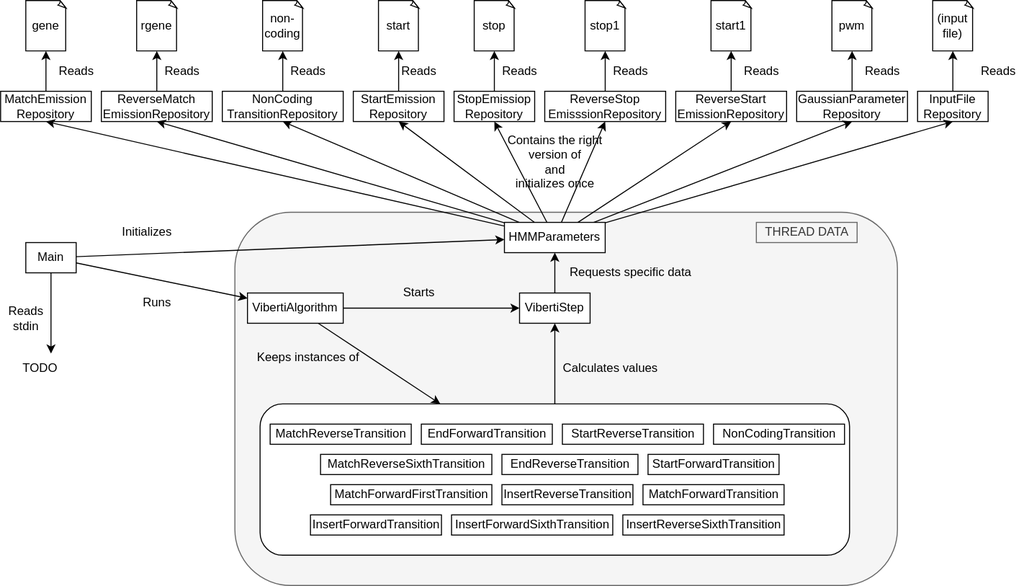
Robbe7730/JavaFragGeneScan keeps this draw.io diagram as meta/Class Diagram.svg. Above is the earlier version. Source tidied: cells renumbered, new cells last; positions are measured from the earlier drawing's top-left corner, leaving out a move shared by most shapes.
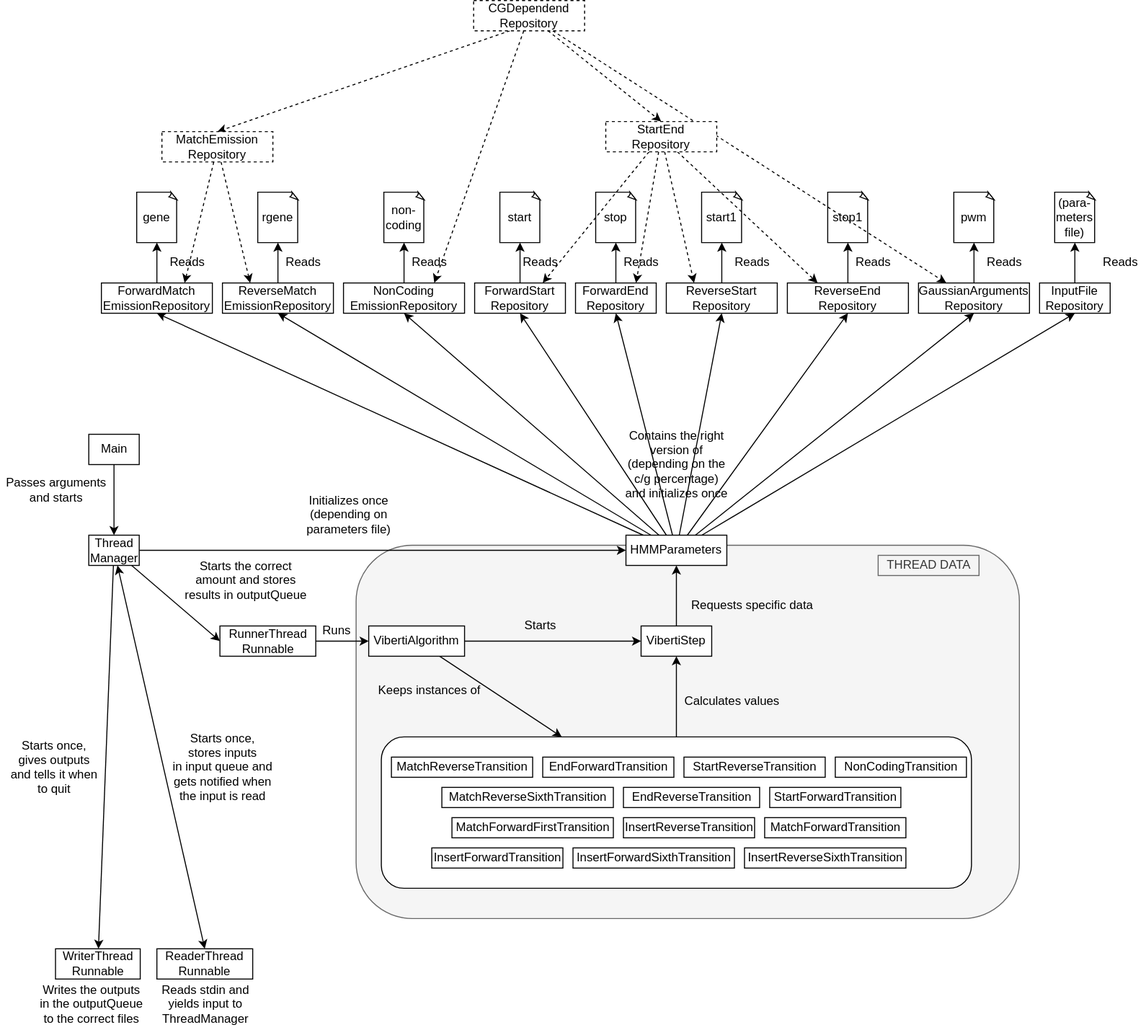
After the commit.

Commit message:
Update Class Diagram

Change to the diagram source:
```diff
@@ -5,6 +5,6 @@
     <mxCell id="2" style="rounded=1;whiteSpace=wrap;html=1;fillColor=#f5f5f5;strokeColor=#666666;fontColor=#333333;" parent="1" vertex="1">
-      <mxGeometry x="232.5" y="210" width="657.5" height="370" as="geometry" />
+      <mxGeometry x="362.5" y="540" width="657.5" height="370" as="geometry" />
     </mxCell>
     <mxCell id="3" value="gene" style="whiteSpace=wrap;html=1;shape=mxgraph.basic.document;" parent="1" vertex="1">
-      <mxGeometry x="25" width="40" height="50" as="geometry" />
+      <mxGeometry x="145" y="190" width="40" height="50" as="geometry" />
     </mxCell>
@@ -13,10 +13,10 @@
     </mxCell>
-    <mxCell id="5" value="MatchEmission&lt;br&gt;Repository" style="rounded=0;whiteSpace=wrap;html=1;" parent="1" vertex="1">
-      <mxGeometry y="90" width="90" height="30" as="geometry" />
+    <mxCell id="5" value="ForwardMatch&lt;br&gt;EmissionRepository" style="rounded=0;whiteSpace=wrap;html=1;" parent="1" vertex="1">
+      <mxGeometry x="110" y="280" width="110" height="30" as="geometry" />
     </mxCell>
     <mxCell id="6" value="Reads" style="text;html=1;align=center;verticalAlign=middle;" parent="1" vertex="1">
-      <mxGeometry x="50" y="60" width="50" height="20" as="geometry" />
+      <mxGeometry x="170" y="250" width="50" height="20" as="geometry" />
     </mxCell>
     <mxCell id="7" value="rgene" style="whiteSpace=wrap;html=1;shape=mxgraph.basic.document;" parent="1" vertex="1">
-      <mxGeometry x="135" width="40" height="50" as="geometry" />
+      <mxGeometry x="265" y="190" width="40" height="50" as="geometry" />
     </mxCell>
@@ -26,9 +26,9 @@
     <mxCell id="9" value="ReverseMatch&lt;br&gt;EmissionRepository" style="rounded=0;whiteSpace=wrap;html=1;" parent="1" vertex="1">
-      <mxGeometry x="100" y="90" width="110" height="30" as="geometry" />
+      <mxGeometry x="230" y="280" width="110" height="30" as="geometry" />
     </mxCell>
     <mxCell id="10" value="Reads" style="text;html=1;align=center;verticalAlign=middle;" parent="1" vertex="1">
-      <mxGeometry x="155" y="60" width="50" height="20" as="geometry" />
+      <mxGeometry x="285" y="250" width="50" height="20" as="geometry" />
     </mxCell>
     <mxCell id="11" value="non-&lt;br&gt;coding" style="whiteSpace=wrap;html=1;shape=mxgraph.basic.document;" parent="1" vertex="1">
-      <mxGeometry x="260" width="40" height="50" as="geometry" />
+      <mxGeometry x="390" y="190" width="40" height="50" as="geometry" />
     </mxCell>
@@ -37,10 +37,10 @@
     </mxCell>
-    <mxCell id="13" value="NonCoding&lt;br&gt;TransitionRepository" style="rounded=0;whiteSpace=wrap;html=1;" parent="1" vertex="1">
-      <mxGeometry x="220" y="90" width="120" height="30" as="geometry" />
+    <mxCell id="13" value="NonCoding&lt;br&gt;EmissionRepository" style="rounded=0;whiteSpace=wrap;html=1;" parent="1" vertex="1">
+      <mxGeometry x="350" y="280" width="120" height="30" as="geometry" />
     </mxCell>
     <mxCell id="14" value="Reads" style="text;html=1;align=center;verticalAlign=middle;" parent="1" vertex="1">
-      <mxGeometry x="280" y="60" width="50" height="20" as="geometry" />
+      <mxGeometry x="410" y="250" width="50" height="20" as="geometry" />
     </mxCell>
     <mxCell id="15" value="start" style="whiteSpace=wrap;html=1;shape=mxgraph.basic.document;" parent="1" vertex="1">
-      <mxGeometry x="375" width="40" height="50" as="geometry" />
+      <mxGeometry x="505" y="190" width="40" height="50" as="geometry" />
     </mxCell>
@@ -49,10 +49,10 @@
     </mxCell>
-    <mxCell id="17" value="StartEmission&lt;br&gt;Repository" style="rounded=0;whiteSpace=wrap;html=1;" parent="1" vertex="1">
-      <mxGeometry x="350" y="90" width="90" height="30" as="geometry" />
+    <mxCell id="17" value="ForwardStart&lt;br&gt;Repository" style="rounded=0;whiteSpace=wrap;html=1;" parent="1" vertex="1">
+      <mxGeometry x="480" y="280" width="90" height="30" as="geometry" />
     </mxCell>
     <mxCell id="18" value="Reads" style="text;html=1;align=center;verticalAlign=middle;" parent="1" vertex="1">
-      <mxGeometry x="390" y="60" width="50" height="20" as="geometry" />
+      <mxGeometry x="520" y="250" width="50" height="20" as="geometry" />
     </mxCell>
     <mxCell id="19" value="stop" style="whiteSpace=wrap;html=1;shape=mxgraph.basic.document;" parent="1" vertex="1">
-      <mxGeometry x="470" width="40" height="50" as="geometry" />
+      <mxGeometry x="600" y="190" width="40" height="50" as="geometry" />
     </mxCell>
@@ -61,10 +61,10 @@
     </mxCell>
-    <mxCell id="21" value="StopEmissiop&lt;br&gt;Repository" style="rounded=0;whiteSpace=wrap;html=1;" parent="1" vertex="1">
-      <mxGeometry x="450" y="90" width="80" height="30" as="geometry" />
+    <mxCell id="21" value="ForwardEnd&lt;br&gt;Repository" style="rounded=0;whiteSpace=wrap;html=1;" parent="1" vertex="1">
+      <mxGeometry x="580" y="280" width="80" height="30" as="geometry" />
     </mxCell>
     <mxCell id="22" value="Reads" style="text;html=1;align=center;verticalAlign=middle;" parent="1" vertex="1">
-      <mxGeometry x="490" y="60" width="50" height="20" as="geometry" />
+      <mxGeometry x="620" y="250" width="50" height="20" as="geometry" />
     </mxCell>
     <mxCell id="23" value="stop1" style="whiteSpace=wrap;html=1;shape=mxgraph.basic.document;" parent="1" vertex="1">
-      <mxGeometry x="580" width="40" height="50" as="geometry" />
+      <mxGeometry x="830" y="190" width="40" height="50" as="geometry" />
     </mxCell>
@@ -73,10 +73,10 @@
     </mxCell>
-    <mxCell id="25" value="ReverseStop&lt;br&gt;EmisssionRepository" style="rounded=0;whiteSpace=wrap;html=1;" parent="1" vertex="1">
-      <mxGeometry x="540" y="90" width="120" height="30" as="geometry" />
+    <mxCell id="25" value="ReverseEnd&lt;br&gt;Repository" style="rounded=0;whiteSpace=wrap;html=1;" parent="1" vertex="1">
+      <mxGeometry x="790" y="280" width="120" height="30" as="geometry" />
     </mxCell>
     <mxCell id="26" value="Reads" style="text;html=1;align=center;verticalAlign=middle;" parent="1" vertex="1">
-      <mxGeometry x="600" y="60" width="50" height="20" as="geometry" />
+      <mxGeometry x="850" y="250" width="50" height="20" as="geometry" />
     </mxCell>
     <mxCell id="27" value="start1" style="whiteSpace=wrap;html=1;shape=mxgraph.basic.document;" parent="1" vertex="1">
-      <mxGeometry x="705" width="40" height="50" as="geometry" />
+      <mxGeometry x="705" y="190" width="40" height="50" as="geometry" />
     </mxCell>
@@ -85,10 +85,10 @@
     </mxCell>
-    <mxCell id="29" value="ReverseStart&lt;br&gt;EmissionRepository" style="rounded=0;whiteSpace=wrap;html=1;" parent="1" vertex="1">
-      <mxGeometry x="670" y="90" width="110" height="30" as="geometry" />
+    <mxCell id="29" value="ReverseStart&lt;br&gt;Repository" style="rounded=0;whiteSpace=wrap;html=1;" parent="1" vertex="1">
+      <mxGeometry x="670" y="280" width="110" height="30" as="geometry" />
     </mxCell>
     <mxCell id="30" value="Reads" style="text;html=1;align=center;verticalAlign=middle;" parent="1" vertex="1">
-      <mxGeometry x="730" y="60" width="50" height="20" as="geometry" />
+      <mxGeometry x="730" y="250" width="50" height="20" as="geometry" />
     </mxCell>
     <mxCell id="31" value="pwm" style="whiteSpace=wrap;html=1;shape=mxgraph.basic.document;" parent="1" vertex="1">
-      <mxGeometry x="825" width="40" height="50" as="geometry" />
+      <mxGeometry x="955" y="190" width="40" height="50" as="geometry" />
     </mxCell>
@@ -97,10 +97,10 @@
     </mxCell>
-    <mxCell id="33" value="GaussianParameter&lt;br&gt;Repository" style="rounded=0;whiteSpace=wrap;html=1;" parent="1" vertex="1">
-      <mxGeometry x="790" y="90" width="110" height="30" as="geometry" />
+    <mxCell id="33" value="GaussianArguments&lt;br&gt;Repository" style="rounded=0;whiteSpace=wrap;html=1;" parent="1" vertex="1">
+      <mxGeometry x="920" y="280" width="110" height="30" as="geometry" />
     </mxCell>
     <mxCell id="34" value="Reads" style="text;html=1;align=center;verticalAlign=middle;" parent="1" vertex="1">
-      <mxGeometry x="850" y="60" width="50" height="20" as="geometry" />
+      <mxGeometry x="980" y="250" width="50" height="20" as="geometry" />
     </mxCell>
-    <mxCell id="35" value="(input file)" style="whiteSpace=wrap;html=1;shape=mxgraph.basic.document;" parent="1" vertex="1">
-      <mxGeometry x="925" width="40" height="50" as="geometry" />
+    <mxCell id="35" value="(para-meters file)" style="whiteSpace=wrap;html=1;shape=mxgraph.basic.document;" parent="1" vertex="1">
+      <mxGeometry x="1055" y="190" width="40" height="50" as="geometry" />
     </mxCell>
@@ -110,6 +110,6 @@
     <mxCell id="37" value="InputFile&lt;br&gt;Repository" style="rounded=0;whiteSpace=wrap;html=1;" parent="1" vertex="1">
-      <mxGeometry x="910" y="90" width="70" height="30" as="geometry" />
+      <mxGeometry x="1040" y="280" width="70" height="30" as="geometry" />
     </mxCell>
     <mxCell id="38" value="Reads" style="text;html=1;align=center;verticalAlign=middle;" parent="1" vertex="1">
-      <mxGeometry x="965" y="60" width="50" height="20" as="geometry" />
+      <mxGeometry x="1095" y="250" width="50" height="20" as="geometry" />
     </mxCell>
@@ -143,3 +143,3 @@
     <mxCell id="48" value="HMMParameters" style="rounded=0;whiteSpace=wrap;html=1;" parent="1" vertex="1">
-      <mxGeometry x="500" y="220" width="100" height="30" as="geometry" />
+      <mxGeometry x="630" y="530" width="100" height="30" as="geometry" />
     </mxCell>
@@ -152,12 +152,12 @@
     <mxCell id="51" value="VibertiStep" style="rounded=0;whiteSpace=wrap;html=1;" parent="1" vertex="1">
-      <mxGeometry x="515" y="290" width="70" height="30" as="geometry" />
+      <mxGeometry x="645" y="620" width="70" height="30" as="geometry" />
     </mxCell>
     <mxCell id="52" value="Requests specific data" style="text;html=1;align=center;verticalAlign=middle;" parent="1" vertex="1">
-      <mxGeometry x="555" y="260" width="140" height="20" as="geometry" />
+      <mxGeometry x="685" y="590" width="140" height="20" as="geometry" />
     </mxCell>
-    <mxCell id="53" value="Contains the right&lt;br&gt;version of&lt;br&gt;and&lt;br&gt;initializes once" style="text;html=1;align=center;verticalAlign=middle;" parent="1" vertex="1">
-      <mxGeometry x="495" y="130" width="110" height="60" as="geometry" />
+    <mxCell id="53" value="Contains the right&lt;br&gt;version of &lt;br&gt;(depending on the&lt;br&gt;c/g percentage)&lt;br&gt;and initializes once" style="text;html=1;align=center;verticalAlign=middle;" parent="1" vertex="1">
+      <mxGeometry x="620" y="420" width="120" height="80" as="geometry" />
     </mxCell>
     <mxCell id="54" value="Calculates values" style="text;html=1;align=center;verticalAlign=middle;" parent="1" vertex="1">
-      <mxGeometry x="550" y="355" width="110" height="20" as="geometry" />
+      <mxGeometry x="680" y="685" width="110" height="20" as="geometry" />
     </mxCell>
@@ -170,12 +170,12 @@
     <mxCell id="57" value="VibertiAlgorithm" style="rounded=0;whiteSpace=wrap;html=1;" parent="1" vertex="1">
-      <mxGeometry x="245" y="290" width="95" height="30" as="geometry" />
+      <mxGeometry x="375" y="620" width="95" height="30" as="geometry" />
     </mxCell>
     <mxCell id="58" value="Starts" style="text;html=1;align=center;verticalAlign=middle;" parent="1" vertex="1">
-      <mxGeometry x="390" y="280" width="50" height="20" as="geometry" />
+      <mxGeometry x="520" y="610" width="50" height="20" as="geometry" />
     </mxCell>
     <mxCell id="59" value="Keeps instances of" style="text;html=1;align=center;verticalAlign=middle;" parent="1" vertex="1">
-      <mxGeometry x="245" y="344" width="120" height="20" as="geometry" />
+      <mxGeometry x="375" y="674" width="120" height="20" as="geometry" />
     </mxCell>
     <mxCell id="60" style="group;" parent="1" vertex="1">
-      <mxGeometry x="257.5" y="400" width="585" height="150" as="geometry" />
+      <mxGeometry x="387.5" y="730" width="585" height="150" as="geometry" />
     </mxCell>
@@ -223,5 +223,2 @@
     </mxCell>
-    <mxCell id="75" style="edgeStyle=none;rounded=0;jettySize=auto;html=1;startArrow=none;startFill=0;endArrow=classic;endFill=1;" parent="1" edge="1" source="78" target="57">
-      <mxGeometry relative="1" as="geometry" />
-    </mxCell>
     <mxCell id="76" style="edgeStyle=none;rounded=0;jettySize=auto;html=1;startArrow=none;startFill=0;endArrow=classic;endFill=1;" parent="1" edge="1" source="78" target="48">
@@ -229,25 +226,98 @@
     </mxCell>
-    <mxCell id="77" style="edgeStyle=none;rounded=0;jettySize=auto;html=1;startArrow=none;startFill=0;endArrow=classic;endFill=1;" parent="1" edge="1" source="78">
-      <mxGeometry relative="1" as="geometry">
-        <mxPoint x="50" y="350" as="targetPoint" />
-      </mxGeometry>
-    </mxCell>
+    <mxCell id="84" style="edgeStyle=none;rounded=0;jettySize=auto;html=1;entryX=0;entryY=0.5;entryDx=0;entryDy=0;" parent="1" edge="1" source="78" target="101">
+      <mxGeometry relative="1" as="geometry" />
+    </mxCell>
+    <mxCell id="85" style="edgeStyle=none;rounded=0;jettySize=auto;html=1;entryX=0.5;entryY=0;entryDx=0;entryDy=0;startArrow=classic;startFill=1;" parent="1" edge="1" source="78" target="103">
+      <mxGeometry relative="1" as="geometry" />
+    </mxCell>
+    <mxCell id="86" style="edgeStyle=none;rounded=0;jettySize=auto;html=1;" parent="1" edge="1" source="78" target="108">
+      <mxGeometry relative="1" as="geometry" />
+    </mxCell>
-    <mxCell id="78" value="Main" style="rounded=0;whiteSpace=wrap;html=1;" parent="1" vertex="1">
-      <mxGeometry x="25" y="240" width="50" height="30" as="geometry" />
+    <mxCell id="78" value="Thread&lt;br&gt;Manager" style="rounded=0;whiteSpace=wrap;html=1;" parent="1" vertex="1">
+      <mxGeometry x="97.5" y="530" width="50" height="30" as="geometry" />
     </mxCell>
-    <mxCell id="79" value="Runs" style="text;html=1;align=center;verticalAlign=middle;" parent="1" vertex="1">
-      <mxGeometry x="135" y="290" width="40" height="20" as="geometry" />
-    </mxCell>
-    <mxCell id="80" value="Initializes" style="text;html=1;align=center;verticalAlign=middle;" parent="1" vertex="1">
-      <mxGeometry x="115" y="220" width="60" height="20" as="geometry" />
+    <mxCell id="80" value="Initializes once&lt;br&gt;(depending on&lt;br&gt;parameters file)" style="text;html=1;align=center;verticalAlign=middle;" parent="1" vertex="1">
+      <mxGeometry x="305" y="485" width="100" height="50" as="geometry" />
     </mxCell>
     <mxCell id="81" value="THREAD DATA" style="text;html=1;align=center;verticalAlign=middle;fillColor=#f5f5f5;strokeColor=#666666;fontColor=#333333;" parent="1" vertex="1">
-      <mxGeometry x="750" y="220" width="100" height="20" as="geometry" />
+      <mxGeometry x="880" y="550" width="100" height="20" as="geometry" />
     </mxCell>
-    <mxCell id="82" value="Reads&lt;br&gt;stdin" style="text;html=1;align=center;verticalAlign=middle;" parent="1" vertex="1">
-      <mxGeometry y="300" width="50" height="30" as="geometry" />
-    </mxCell>
-    <mxCell id="83" value="TODO" style="text;html=1;align=center;verticalAlign=middle;" parent="1" vertex="1">
-      <mxGeometry x="14" y="355" width="50" height="20" as="geometry" />
-    </mxCell>
+    <mxCell id="87" style="edgeStyle=none;rounded=0;jettySize=auto;html=1;entryX=0.25;entryY=0;entryDx=0;entryDy=0;dashed=1;" parent="1" edge="1" source="91" target="33">
+      <mxGeometry relative="1" as="geometry" />
+    </mxCell>
+    <mxCell id="88" style="edgeStyle=none;rounded=0;jettySize=auto;html=1;entryX=0.5;entryY=0;entryDx=0;entryDy=0;dashed=1;exitX=0.327;exitY=1;exitDx=0;exitDy=0;exitPerimeter=0;" parent="1" edge="1" source="91" target="94">
+      <mxGeometry relative="1" as="geometry" />
+    </mxCell>
+    <mxCell id="89" style="edgeStyle=none;rounded=0;jettySize=auto;html=1;entryX=0.75;entryY=0;entryDx=0;entryDy=0;dashed=1;" parent="1" edge="1" source="91" target="13">
+      <mxGeometry relative="1" as="geometry" />
+    </mxCell>
+    <mxCell id="90" style="edgeStyle=none;rounded=0;jettySize=auto;html=1;entryX=0.5;entryY=0;entryDx=0;entryDy=0;dashed=1;" parent="1" edge="1" source="91" target="99">
+      <mxGeometry relative="1" as="geometry" />
+    </mxCell>
+    <mxCell id="91" value="CGDependend&lt;br&gt;Repository" style="rounded=0;whiteSpace=wrap;html=1;dashed=1;" parent="1" vertex="1">
+      <mxGeometry x="479" width="110" height="30" as="geometry" />
+    </mxCell>
+    <mxCell id="92" style="edgeStyle=none;rounded=0;jettySize=auto;html=1;entryX=0.75;entryY=0;entryDx=0;entryDy=0;dashed=1;" parent="1" edge="1" source="94" target="5">
+      <mxGeometry relative="1" as="geometry" />
+    </mxCell>
+    <mxCell id="93" style="edgeStyle=none;rounded=0;jettySize=auto;html=1;entryX=0.25;entryY=0;entryDx=0;entryDy=0;dashed=1;" parent="1" edge="1" source="94" target="9">
+      <mxGeometry relative="1" as="geometry" />
+    </mxCell>
+    <mxCell id="94" value="MatchEmission&lt;br&gt;Repository" style="rounded=0;whiteSpace=wrap;html=1;dashed=1;" parent="1" vertex="1">
+      <mxGeometry x="170" y="130" width="110" height="30" as="geometry" />
+    </mxCell>
+    <mxCell id="95" style="rounded=0;jettySize=auto;html=1;entryX=0.75;entryY=0;entryDx=0;entryDy=0;dashed=1;" parent="1" edge="1" source="99" target="17">
+      <mxGeometry relative="1" as="geometry" />
+    </mxCell>
+    <mxCell id="96" style="edgeStyle=none;rounded=0;jettySize=auto;html=1;entryX=0.75;entryY=0;entryDx=0;entryDy=0;dashed=1;" parent="1" edge="1" source="99" target="21">
+      <mxGeometry relative="1" as="geometry" />
+    </mxCell>
+    <mxCell id="97" style="edgeStyle=none;rounded=0;jettySize=auto;html=1;entryX=0.25;entryY=0;entryDx=0;entryDy=0;dashed=1;" parent="1" edge="1" source="99" target="29">
+      <mxGeometry relative="1" as="geometry" />
+    </mxCell>
+    <mxCell id="98" style="edgeStyle=none;rounded=0;jettySize=auto;html=1;entryX=0.25;entryY=0;entryDx=0;entryDy=0;dashed=1;" parent="1" edge="1" source="99" target="25">
+      <mxGeometry relative="1" as="geometry" />
+    </mxCell>
+    <mxCell id="99" value="StartEnd&lt;br&gt;Repository" style="rounded=0;whiteSpace=wrap;html=1;dashed=1;" parent="1" vertex="1">
+      <mxGeometry x="610" y="120" width="110" height="30" as="geometry" />
+    </mxCell>
+    <mxCell id="100" style="edgeStyle=none;rounded=0;jettySize=auto;html=1;" parent="1" edge="1" source="101" target="57">
+      <mxGeometry relative="1" as="geometry" />
+    </mxCell>
+    <mxCell id="101" value="RunnerThread&lt;br&gt;Runnable" style="rounded=0;whiteSpace=wrap;html=1;" parent="1" vertex="1">
+      <mxGeometry x="227.5" y="620" width="95" height="30" as="geometry" />
+    </mxCell>
+    <mxCell id="102" value="Starts the correct&lt;br&gt;amount and stores&lt;br&gt;results in outputQueue" style="text;html=1;align=center;verticalAlign=middle;" parent="1" vertex="1">
+      <mxGeometry x="182.5" y="550" width="140" height="50" as="geometry" />
+    </mxCell>
+    <mxCell id="79" value="Runs" style="text;html=1;align=center;verticalAlign=middle;" parent="1" vertex="1">
+      <mxGeometry x="322.5" y="615" width="40" height="20" as="geometry" />
+    </mxCell>
+    <mxCell id="103" value="ReaderThread&lt;br&gt;Runnable" style="rounded=0;whiteSpace=wrap;html=1;" parent="1" vertex="1">
+      <mxGeometry x="165" y="940" width="95" height="30" as="geometry" />
+    </mxCell>
+    <mxCell id="104" style="edgeStyle=none;rounded=0;jettySize=auto;html=1;" parent="1" edge="1" source="105" target="78">
+      <mxGeometry relative="1" as="geometry" />
+    </mxCell>
+    <mxCell id="105" value="Main" style="rounded=0;whiteSpace=wrap;html=1;" parent="1" vertex="1">
+      <mxGeometry x="97.5" y="430" width="50" height="30" as="geometry" />
+    </mxCell>
+    <mxCell id="106" value="Passes arguments&lt;br&gt;and starts" style="text;html=1;align=center;verticalAlign=middle;" parent="1" vertex="1">
+      <mxGeometry x="10" y="470" width="110" height="30" as="geometry" />
+    </mxCell>
+    <mxCell id="107" value="Starts once,&lt;br&gt;stores inputs&lt;br&gt;in input queue and&lt;br&gt;gets notified when&lt;br&gt;the input is read" style="text;html=1;align=center;verticalAlign=middle;" parent="1" vertex="1">
+      <mxGeometry x="175" y="720" width="110" height="80" as="geometry" />
+    </mxCell>
+    <mxCell id="108" value="WriterThread&lt;br&gt;Runnable" style="rounded=0;whiteSpace=wrap;html=1;" parent="1" vertex="1">
+      <mxGeometry x="64.5" y="940" width="84" height="30" as="geometry" />
+    </mxCell>
+    <mxCell id="109" value="Reads stdin and&lt;br&gt;yields input to&lt;br&gt;ThreadManager" style="text;html=1;align=center;verticalAlign=middle;" parent="1" vertex="1">
+      <mxGeometry x="162.5" y="970" width="100" height="50" as="geometry" />
+    </mxCell>
+    <mxCell id="110" value="Writes the outputs&lt;br&gt;in the outputQueue&lt;br&gt;to the correct files" style="text;html=1;align=center;verticalAlign=middle;" parent="1" vertex="1">
+      <mxGeometry x="40" y="970" width="120" height="50" as="geometry" />
+    </mxCell>
+    <mxCell id="111" value="Starts once,&lt;br&gt;gives outputs&lt;br&gt;and tells it when&lt;br&gt;to quit" style="text;html=1;align=center;verticalAlign=middle;" parent="1" vertex="1">
+      <mxGeometry x="12.5" y="730" width="100" height="60" as="geometry" />
+    </mxCell>
   </root>
```
